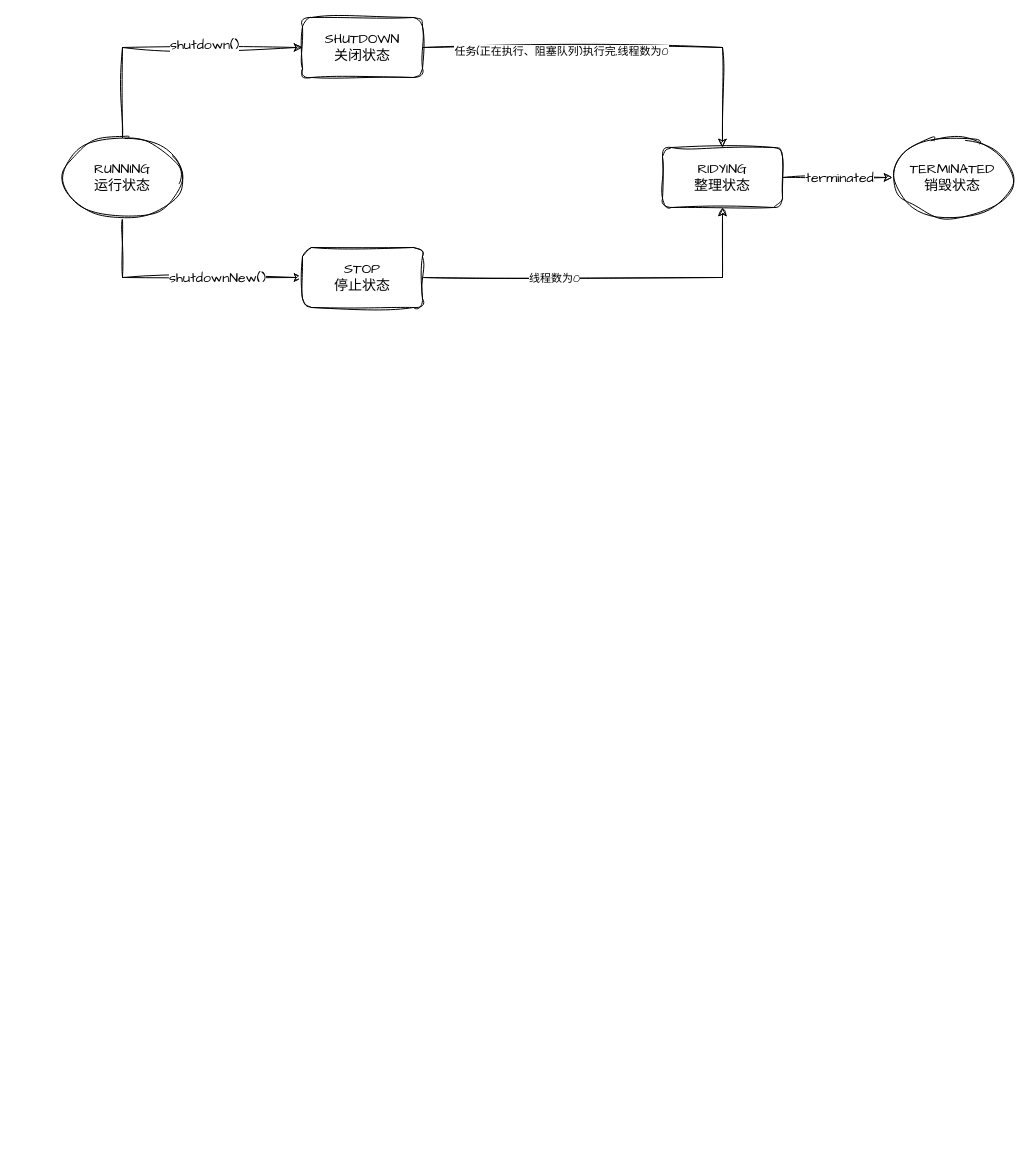
The draw.io diagram 线程池.drawio in EvanZch/draw.io, before the edit. Source tidied: cells renumbered, new cells numbered last; positions are measured from the earlier drawing's top-left corner, leaving out a move shared by most shapes. Both pictures are drawn from the tidied source at 100%, with x=0, y=0 at pixel (62, 17).
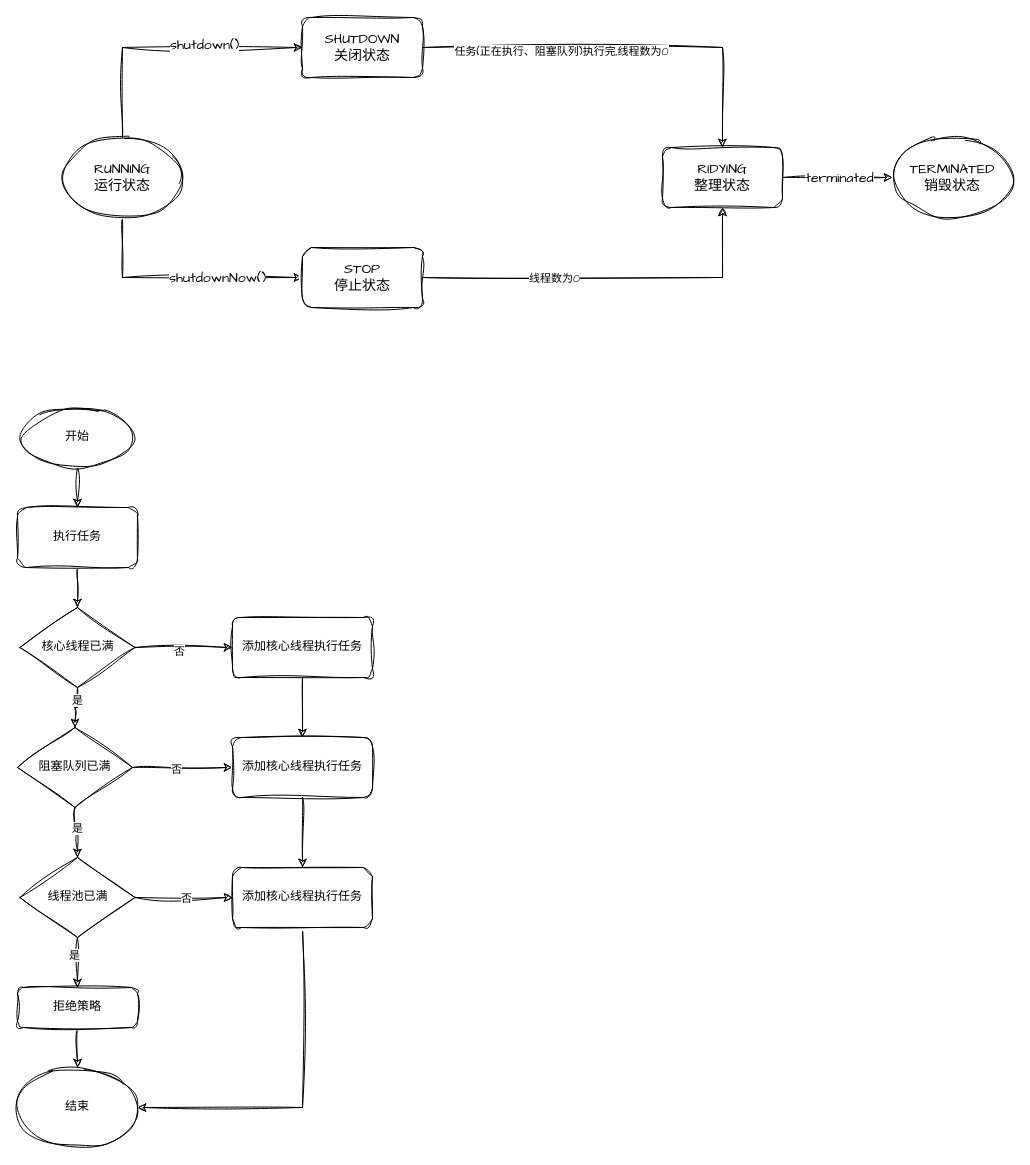
The same page after the edit.

Commit message:
更新线程池.drawio

Unchanged cells that the change refers to:
```xml
<mxCell id="4" style="edgeStyle=orthogonalEdgeStyle;rounded=0;sketch=1;hachureGap=4;jiggle=2;curveFitting=1;jettySize=auto;html=1;exitX=0.5;exitY=1;exitDx=0;exitDy=0;entryX=0;entryY=0.5;entryDx=0;entryDy=0;fontFamily=Architects Daughter;fontSize=14;" parent="1" edge="1" source="6" target="12">
  <mxGeometry relative="1" as="geometry" />
</mxCell>
```

Diff of the diagram source:
```diff
@@
-    <mxCell id="5" value="&lt;font style=&quot;font-size: 14px;&quot;&gt;shutdownNew()&lt;/font&gt;" style="edgeLabel;html=1;align=center;verticalAlign=middle;sketch=1;hachureGap=4;jiggle=2;curveFitting=1;fontFamily=Architects Daughter;fontSize=14;" parent="4" vertex="1">
+    <mxCell id="5" value="&lt;font style=&quot;font-size: 14px;&quot;&gt;shutdownNow()&lt;/font&gt;" style="edgeLabel;html=1;align=center;verticalAlign=middle;sketch=1;hachureGap=4;jiggle=2;curveFitting=1;fontFamily=Architects Daughter;fontSize=14;" parent="4" vertex="1">
       <mxGeometry x="0.28" relative="1" as="geometry" />
     </mxCell>
@@
+    <mxCell id="17" style="edgeStyle=orthogonalEdgeStyle;rounded=0;sketch=1;hachureGap=4;jiggle=2;curveFitting=1;jettySize=auto;html=1;exitX=0.5;exitY=1;exitDx=0;exitDy=0;entryX=0.5;entryY=0;entryDx=0;entryDy=0;fontFamily=Architects Daughter;" parent="1" edge="1" source="18" target="20">
+      <mxGeometry relative="1" as="geometry" />
+    </mxCell>
+    <mxCell id="18" value="开始" style="ellipse;whiteSpace=wrap;html=1;sketch=1;hachureGap=4;jiggle=2;curveFitting=1;fontFamily=Architects Daughter;" parent="1" vertex="1">
+      <mxGeometry x="-40" y="390" width="110" height="60" as="geometry" />
+    </mxCell>
+    <mxCell id="19" style="edgeStyle=orthogonalEdgeStyle;rounded=0;sketch=1;hachureGap=4;jiggle=2;curveFitting=1;jettySize=auto;html=1;exitX=0.5;exitY=1;exitDx=0;exitDy=0;fontFamily=Architects Daughter;" parent="1" edge="1" source="20" target="25">
+      <mxGeometry relative="1" as="geometry" />
+    </mxCell>
+    <mxCell id="20" value="执行任务" style="rounded=1;whiteSpace=wrap;html=1;sketch=1;hachureGap=4;jiggle=2;curveFitting=1;fontFamily=Architects Daughter;" parent="1" vertex="1">
+      <mxGeometry x="-45" y="490" width="120" height="60" as="geometry" />
+    </mxCell>
+    <mxCell id="21" style="edgeStyle=orthogonalEdgeStyle;rounded=0;sketch=1;hachureGap=4;jiggle=2;curveFitting=1;jettySize=auto;html=1;exitX=0.5;exitY=1;exitDx=0;exitDy=0;fontFamily=Architects Daughter;" parent="1" edge="1" source="25" target="30">
+      <mxGeometry relative="1" as="geometry" />
+    </mxCell>
+    <mxCell id="22" value="是" style="edgeLabel;html=1;align=center;verticalAlign=middle;sketch=1;hachureGap=4;jiggle=2;curveFitting=1;fontFamily=Architects Daughter;" parent="21" vertex="1">
+      <mxGeometry x="-0.44" y="-1" relative="1" as="geometry" />
+    </mxCell>
+    <mxCell id="23" style="edgeStyle=orthogonalEdgeStyle;rounded=0;sketch=1;hachureGap=4;jiggle=2;curveFitting=1;jettySize=auto;html=1;exitX=1;exitY=0.5;exitDx=0;exitDy=0;fontFamily=Architects Daughter;" parent="1" edge="1" source="25" target="37">
+      <mxGeometry relative="1" as="geometry" />
+    </mxCell>
+    <mxCell id="24" value="否" style="edgeLabel;html=1;align=center;verticalAlign=middle;sketch=1;hachureGap=4;jiggle=2;curveFitting=1;fontFamily=Architects Daughter;" parent="23" vertex="1">
+      <mxGeometry x="-0.11" y="-3" relative="1" as="geometry">
+        <mxPoint x="1" as="offset" />
+      </mxGeometry>
+    </mxCell>
+    <mxCell id="25" value="核心线程已满" style="rhombus;whiteSpace=wrap;html=1;sketch=1;hachureGap=4;jiggle=2;curveFitting=1;fontFamily=Architects Daughter;" parent="1" vertex="1">
+      <mxGeometry x="-42.5" y="590" width="115" height="80" as="geometry" />
+    </mxCell>
+    <mxCell id="26" style="edgeStyle=orthogonalEdgeStyle;rounded=0;sketch=1;hachureGap=4;jiggle=2;curveFitting=1;jettySize=auto;html=1;exitX=0.5;exitY=1;exitDx=0;exitDy=0;entryX=0.5;entryY=0;entryDx=0;entryDy=0;fontFamily=Architects Daughter;" parent="1" edge="1" source="30" target="35">
+      <mxGeometry relative="1" as="geometry" />
+    </mxCell>
+    <mxCell id="27" value="是" style="edgeLabel;html=1;align=center;verticalAlign=middle;sketch=1;hachureGap=4;jiggle=2;curveFitting=1;fontFamily=Architects Daughter;" parent="26" vertex="1">
+      <mxGeometry x="-0.24" y="2" relative="1" as="geometry" />
+    </mxCell>
+    <mxCell id="28" style="edgeStyle=orthogonalEdgeStyle;rounded=0;sketch=1;hachureGap=4;jiggle=2;curveFitting=1;jettySize=auto;html=1;exitX=1;exitY=0.5;exitDx=0;exitDy=0;fontFamily=Architects Daughter;" parent="1" edge="1" source="30" target="39">
+      <mxGeometry relative="1" as="geometry" />
+    </mxCell>
+    <mxCell id="29" value="否" style="edgeLabel;html=1;align=center;verticalAlign=middle;sketch=1;hachureGap=4;jiggle=2;curveFitting=1;fontFamily=Architects Daughter;" parent="28" vertex="1">
+      <mxGeometry x="-0.14" y="-1" relative="1" as="geometry" />
+    </mxCell>
+    <mxCell id="30" value="阻塞队列已满" style="rhombus;whiteSpace=wrap;html=1;sketch=1;hachureGap=4;jiggle=2;curveFitting=1;fontFamily=Architects Daughter;" parent="1" vertex="1">
+      <mxGeometry x="-45" y="710" width="115" height="80" as="geometry" />
+    </mxCell>
+    <mxCell id="31" style="edgeStyle=orthogonalEdgeStyle;rounded=0;sketch=1;hachureGap=4;jiggle=2;curveFitting=1;jettySize=auto;html=1;exitX=1;exitY=0.5;exitDx=0;exitDy=0;fontFamily=Architects Daughter;" parent="1" edge="1" source="35" target="41">
+      <mxGeometry relative="1" as="geometry" />
+    </mxCell>
+    <mxCell id="32" value="否" style="edgeLabel;html=1;align=center;verticalAlign=middle;sketch=1;hachureGap=4;jiggle=2;curveFitting=1;fontFamily=Architects Daughter;" parent="31" vertex="1">
+      <mxGeometry x="0.04" relative="1" as="geometry" />
+    </mxCell>
+    <mxCell id="33" style="edgeStyle=orthogonalEdgeStyle;rounded=0;sketch=1;hachureGap=4;jiggle=2;curveFitting=1;jettySize=auto;html=1;exitX=0.5;exitY=1;exitDx=0;exitDy=0;fontFamily=Architects Daughter;" parent="1" edge="1" source="35" target="44">
+      <mxGeometry relative="1" as="geometry" />
+    </mxCell>
+    <mxCell id="34" value="是" style="edgeLabel;html=1;align=center;verticalAlign=middle;sketch=1;hachureGap=4;jiggle=2;curveFitting=1;fontFamily=Architects Daughter;" parent="33" vertex="1">
+      <mxGeometry x="-0.32" y="-4" relative="1" as="geometry" />
+    </mxCell>
+    <mxCell id="35" value="线程池已满" style="rhombus;whiteSpace=wrap;html=1;sketch=1;hachureGap=4;jiggle=2;curveFitting=1;fontFamily=Architects Daughter;" parent="1" vertex="1">
+      <mxGeometry x="-42.5" y="840" width="115" height="80" as="geometry" />
+    </mxCell>
+    <mxCell id="36" style="edgeStyle=orthogonalEdgeStyle;rounded=0;sketch=1;hachureGap=4;jiggle=2;curveFitting=1;jettySize=auto;html=1;exitX=0.5;exitY=1;exitDx=0;exitDy=0;entryX=0.5;entryY=0;entryDx=0;entryDy=0;fontFamily=Architects Daughter;" parent="1" edge="1" source="37" target="39">
+      <mxGeometry relative="1" as="geometry" />
+    </mxCell>
+    <mxCell id="37" value="添加核心线程执行任务" style="rounded=1;whiteSpace=wrap;html=1;sketch=1;hachureGap=4;jiggle=2;curveFitting=1;fontFamily=Architects Daughter;" parent="1" vertex="1">
+      <mxGeometry x="170" y="600" width="140" height="60" as="geometry" />
+    </mxCell>
+    <mxCell id="38" style="edgeStyle=orthogonalEdgeStyle;rounded=0;sketch=1;hachureGap=4;jiggle=2;curveFitting=1;jettySize=auto;html=1;exitX=0.5;exitY=1;exitDx=0;exitDy=0;entryX=0.5;entryY=0;entryDx=0;entryDy=0;fontFamily=Architects Daughter;" parent="1" edge="1" source="39" target="41">
+      <mxGeometry relative="1" as="geometry" />
+    </mxCell>
+    <mxCell id="39" value="添加核心线程执行任务" style="rounded=1;whiteSpace=wrap;html=1;sketch=1;hachureGap=4;jiggle=2;curveFitting=1;fontFamily=Architects Daughter;" parent="1" vertex="1">
+      <mxGeometry x="170" y="720" width="140" height="60" as="geometry" />
+    </mxCell>
+    <mxCell id="40" style="edgeStyle=orthogonalEdgeStyle;rounded=0;sketch=1;hachureGap=4;jiggle=2;curveFitting=1;jettySize=auto;html=1;exitX=0.5;exitY=1;exitDx=0;exitDy=0;entryX=1;entryY=0.5;entryDx=0;entryDy=0;fontFamily=Architects Daughter;" parent="1" edge="1" source="41" target="42">
+      <mxGeometry relative="1" as="geometry" />
+    </mxCell>
+    <mxCell id="41" value="添加核心线程执行任务" style="rounded=1;whiteSpace=wrap;html=1;sketch=1;hachureGap=4;jiggle=2;curveFitting=1;fontFamily=Architects Daughter;" parent="1" vertex="1">
+      <mxGeometry x="170" y="850" width="140" height="60" as="geometry" />
+    </mxCell>
+    <mxCell id="42" value="结束" style="ellipse;whiteSpace=wrap;html=1;sketch=1;hachureGap=4;jiggle=2;curveFitting=1;fontFamily=Architects Daughter;" parent="1" vertex="1">
+      <mxGeometry x="-45" y="1050" width="120" height="80" as="geometry" />
+    </mxCell>
+    <mxCell id="43" style="edgeStyle=orthogonalEdgeStyle;rounded=0;sketch=1;hachureGap=4;jiggle=2;curveFitting=1;jettySize=auto;html=1;exitX=0.5;exitY=1;exitDx=0;exitDy=0;fontFamily=Architects Daughter;" parent="1" edge="1" source="44" target="42">
+      <mxGeometry relative="1" as="geometry" />
+    </mxCell>
+    <mxCell id="44" value="拒绝策略" style="rounded=1;whiteSpace=wrap;html=1;sketch=1;hachureGap=4;jiggle=2;curveFitting=1;fontFamily=Architects Daughter;" parent="1" vertex="1">
+      <mxGeometry x="-45" y="970" width="120" height="40" as="geometry" />
+    </mxCell>
```
